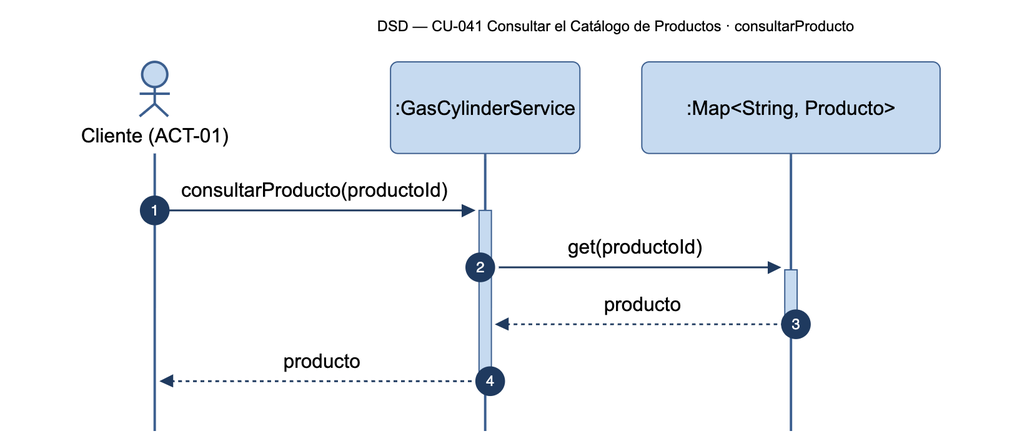
The Mermaid diagram diagramas/png/DSD_CU-041_consultarProducto.png in Nahuelito-Dev/splg-docs, before a commit. Its source is kept beside it as diagramas/DSD_CU-041_consultarProducto.mmd.
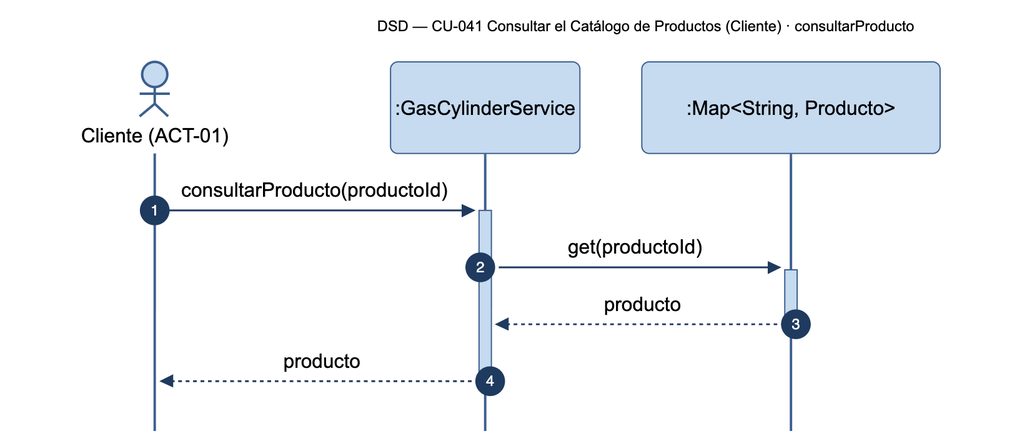
The same file after the commit.

What changed in the source:
```diff
@@ -1,5 +1,5 @@
 sequenceDiagram
-    title DSD — CU-041 Consultar el Catálogo de Productos · consultarProducto
+    title DSD — CU-041 Consultar el Catálogo de Productos (Cliente) · consultarProducto
     autonumber
     actor CLI as Cliente (ACT-01)
     participant SRV as :GasCylinderService
```
